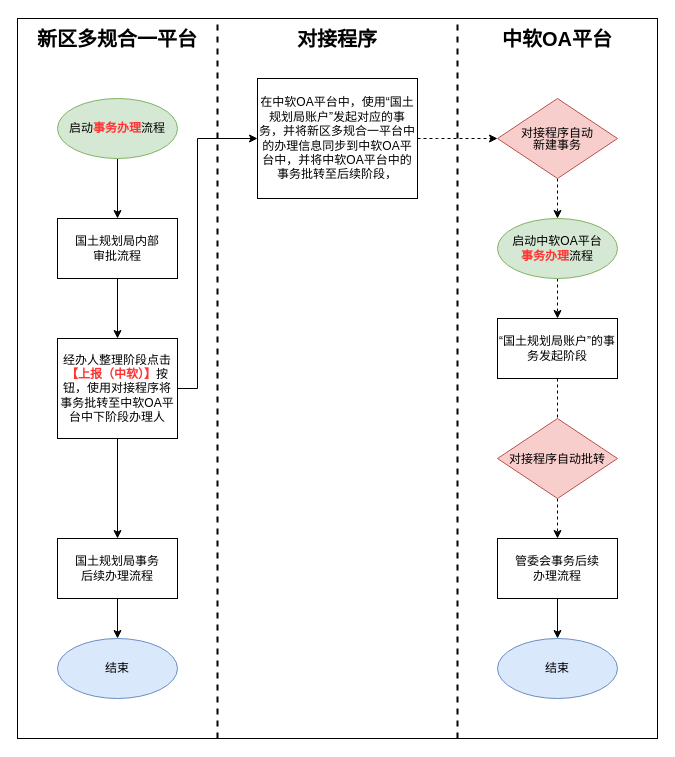
Above: page "事务模块" (5 of 8) of 中软对接.drawio in 806100963/draw.io (draw.io), before the change. Source tidied: cells renumbered, new cells numbered last; positions are measured from the earlier drawing's top-left corner, leaving out a move shared by most shapes. Both pictures are drawn from the tidied source at 100%, with x=0, y=0 at pixel (17, 18).
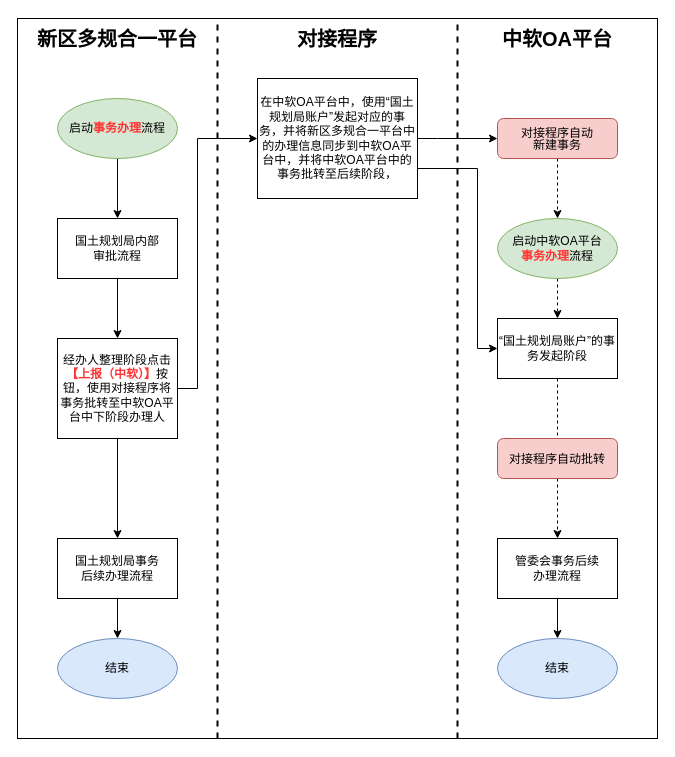
Above is the later version.

Unchanged cells that the change refers to:
```xml
<mxCell id="11" value="管委会事务后续&lt;br&gt;办理流程" style="rounded=0;whiteSpace=wrap;html=1;" parent="1" vertex="1">
  <mxGeometry x="480" y="520" width="120" height="60" as="geometry" />
</mxCell>
<mxCell id="19" value="在中软OA平台中，使用“国土规划局账户”发起对应的事务，并将新区多规合一平台中的办理信息同步到中软OA平台中，并将中软OA平台中的事务批转至后续阶段，" style="rounded=0;whiteSpace=wrap;html=1;" parent="1" vertex="1">
  <mxGeometry x="240" y="60" width="160" height="120" as="geometry" />
</mxCell>
<mxCell id="21" value="启动中软OA平台&lt;br&gt;&lt;b&gt;&lt;font color=&quot;#ff3333&quot;&gt;事务办理&lt;/font&gt;&lt;/b&gt;流程" style="ellipse;whiteSpace=wrap;html=1;fillColor=#d5e8d4;strokeColor=#82b366;" parent="1" vertex="1">
  <mxGeometry x="480" y="200" width="120" height="60" as="geometry" />
</mxCell>
<mxCell id="23" value="“国土规划局账户”的事务发起阶段" style="rounded=0;whiteSpace=wrap;html=1;" parent="1" vertex="1">
  <mxGeometry x="480" y="300" width="120" height="60" as="geometry" />
</mxCell>
```

What changed in the source:
```diff
@@
-    <mxCell id="18" style="edgeStyle=orthogonalEdgeStyle;rounded=0;jettySize=auto;html=1;entryX=0;entryY=0.5;entryDx=0;entryDy=0;fontSize=12;dashed=1;" parent="1" edge="1" source="19">
+    <mxCell id="18" style="edgeStyle=orthogonalEdgeStyle;rounded=0;jettySize=auto;html=1;entryX=0;entryY=0.5;entryDx=0;entryDy=0;fontSize=12;" parent="1" edge="1" source="19">
       <mxGeometry relative="1" as="geometry">
         <mxPoint x="480" y="120" as="targetPoint" />
         <Array as="points">
           <mxPoint x="420" y="120" />
           <mxPoint x="420" y="120" />
         </Array>
       </mxGeometry>
     </mxCell>
+    <mxCell id="30" style="edgeStyle=orthogonalEdgeStyle;rounded=0;jettySize=auto;html=1;exitX=1;exitY=0.75;exitDx=0;exitDy=0;entryX=0;entryY=0.5;entryDx=0;entryDy=0;" parent="1" edge="1" source="19" target="23">
+      <mxGeometry relative="1" as="geometry">
+        <Array as="points">
+          <mxPoint x="460" y="150" />
+          <mxPoint x="460" y="330" />
+        </Array>
+      </mxGeometry>
+    </mxCell>
@@
-    <mxCell id="22" style="edgeStyle=orthogonalEdgeStyle;rounded=0;jettySize=auto;html=1;exitX=0.5;exitY=1;exitDx=0;exitDy=0;fontSize=12;dashed=1;" parent="1" edge="1" source="23" target="11">
+    <mxCell id="22" style="edgeStyle=orthogonalEdgeStyle;rounded=0;jettySize=auto;html=1;exitX=0.5;exitY=1;exitDx=0;exitDy=0;fontSize=12;dashed=1;startArrow=none;" parent="1" edge="1" source="29" target="11">
       <mxGeometry relative="1" as="geometry" />
     </mxCell>
@@
-    <mxCell id="27" style="edgeStyle=orthogonalEdgeStyle;rounded=0;jettySize=auto;html=1;exitX=0.5;exitY=1;exitDx=0;exitDy=0;entryX=0.5;entryY=0;entryDx=0;entryDy=0;fontSize=12;dashed=1;" parent="1" edge="1" source="28" target="21">
+    <mxCell id="27" style="edgeStyle=orthogonalEdgeStyle;rounded=0;jettySize=auto;html=1;entryX=0.5;entryY=0;entryDx=0;entryDy=0;fontSize=12;dashed=1;" parent="1" edge="1" source="28" target="21">
       <mxGeometry relative="1" as="geometry" />
     </mxCell>
-    <mxCell id="28" value="&lt;p&gt;&lt;/p&gt;&lt;div style=&quot;line-height: 100%; font-size: 12px;&quot;&gt;对接程序自动&lt;/div&gt;&lt;div style=&quot;line-height: 100%; font-size: 12px;&quot;&gt;新建事务&lt;/div&gt;&lt;p&gt;&lt;/p&gt;" style="rhombus;whiteSpace=wrap;html=1;fontSize=20;align=center;spacing=0;fillColor=#f8cecc;strokeColor=#b85450;" parent="1" vertex="1">
-      <mxGeometry x="480" y="80" width="120" height="80" as="geometry" />
+    <mxCell id="28" value="&lt;div style=&quot;text-align: justify ; line-height: 12px&quot;&gt;&lt;div style=&quot;text-align: center ; line-height: 12px&quot;&gt;对接程序自动&lt;/div&gt;&lt;div style=&quot;text-align: center ; line-height: 12px&quot;&gt;新建事务&lt;/div&gt;&lt;/div&gt;" style="rounded=1;whiteSpace=wrap;html=1;fillColor=#f8cecc;strokeColor=#b85450;" parent="1" vertex="1">
+      <mxGeometry x="480" y="100" width="120" height="40" as="geometry" />
     </mxCell>
-    <mxCell id="29" value="&lt;p&gt;&lt;/p&gt;&lt;div style=&quot;text-align: justify ; line-height: 100% ; font-size: 12px&quot;&gt;对接程序自动批转&lt;/div&gt;&lt;p&gt;&lt;/p&gt;" style="rhombus;whiteSpace=wrap;html=1;fontSize=20;align=center;spacing=0;fillColor=#f8cecc;strokeColor=#b85450;" parent="1" vertex="1">
-      <mxGeometry x="480" y="400" width="120" height="80" as="geometry" />
+    <mxCell id="29" value="&lt;div style=&quot;text-align: justify ; line-height: 12px&quot;&gt;对接程序自动批转&lt;br&gt;&lt;/div&gt;" style="rounded=1;whiteSpace=wrap;html=1;fillColor=#f8cecc;strokeColor=#b85450;" parent="1" vertex="1">
+      <mxGeometry x="480" y="420" width="120" height="40" as="geometry" />
     </mxCell>
+    <mxCell id="31" style="edgeStyle=orthogonalEdgeStyle;rounded=0;jettySize=auto;html=1;exitX=0.5;exitY=1;exitDx=0;exitDy=0;fontSize=12;dashed=1;endArrow=none;" parent="1" edge="1" source="23" target="29">
+      <mxGeometry relative="1" as="geometry" />
+    </mxCell>
```
